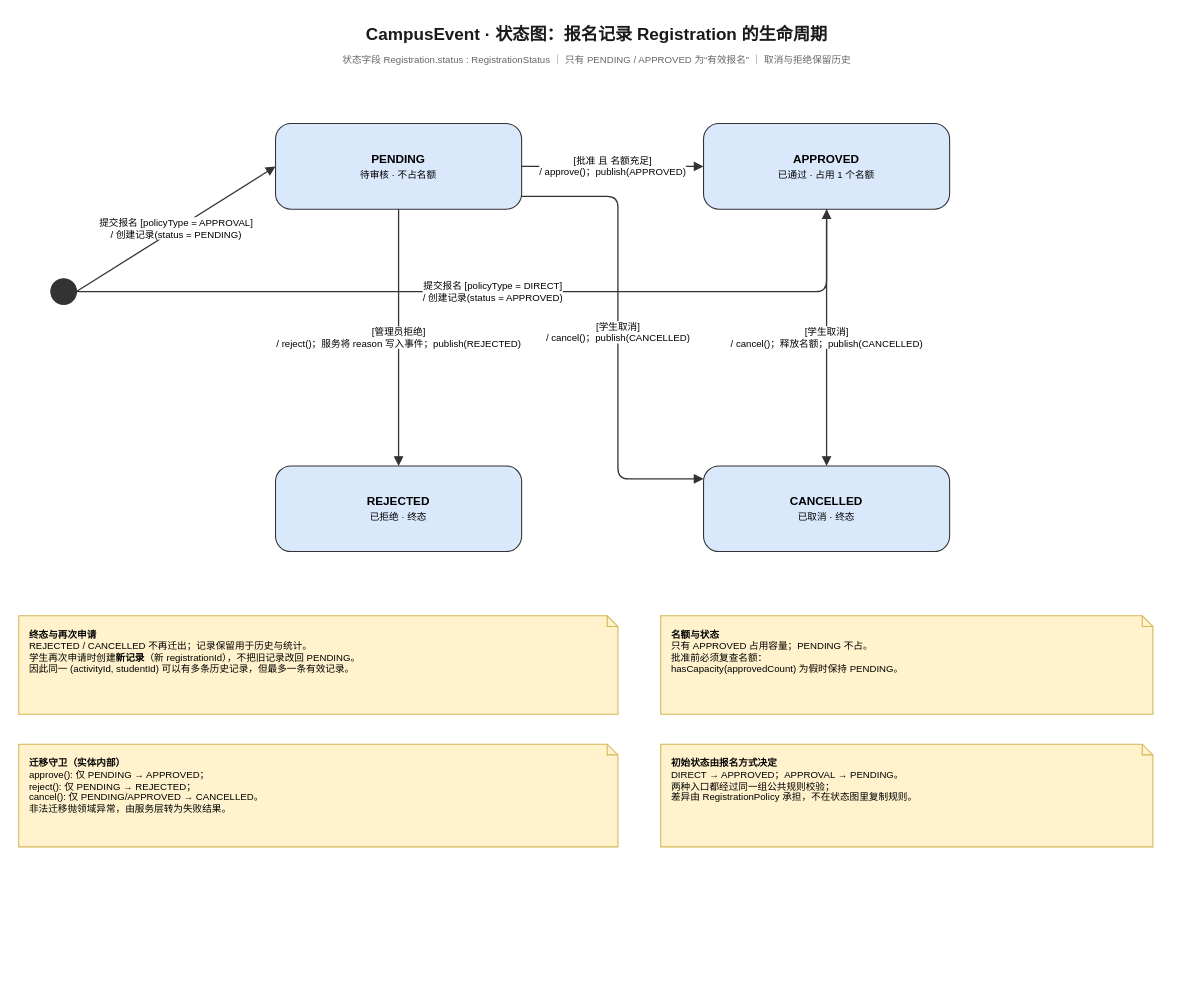
Earlier version of the draw.io diagram uml/09-state.drawio (kudryavka1023/202-CampusEvent). Source tidied: cells renumbered, new cells numbered last; positions are measured from the earlier drawing's top-left corner, leaving out a move shared by most shapes. Both pictures are drawn from the tidied source at 107%, with x=0, y=0 at pixel (18, 18).
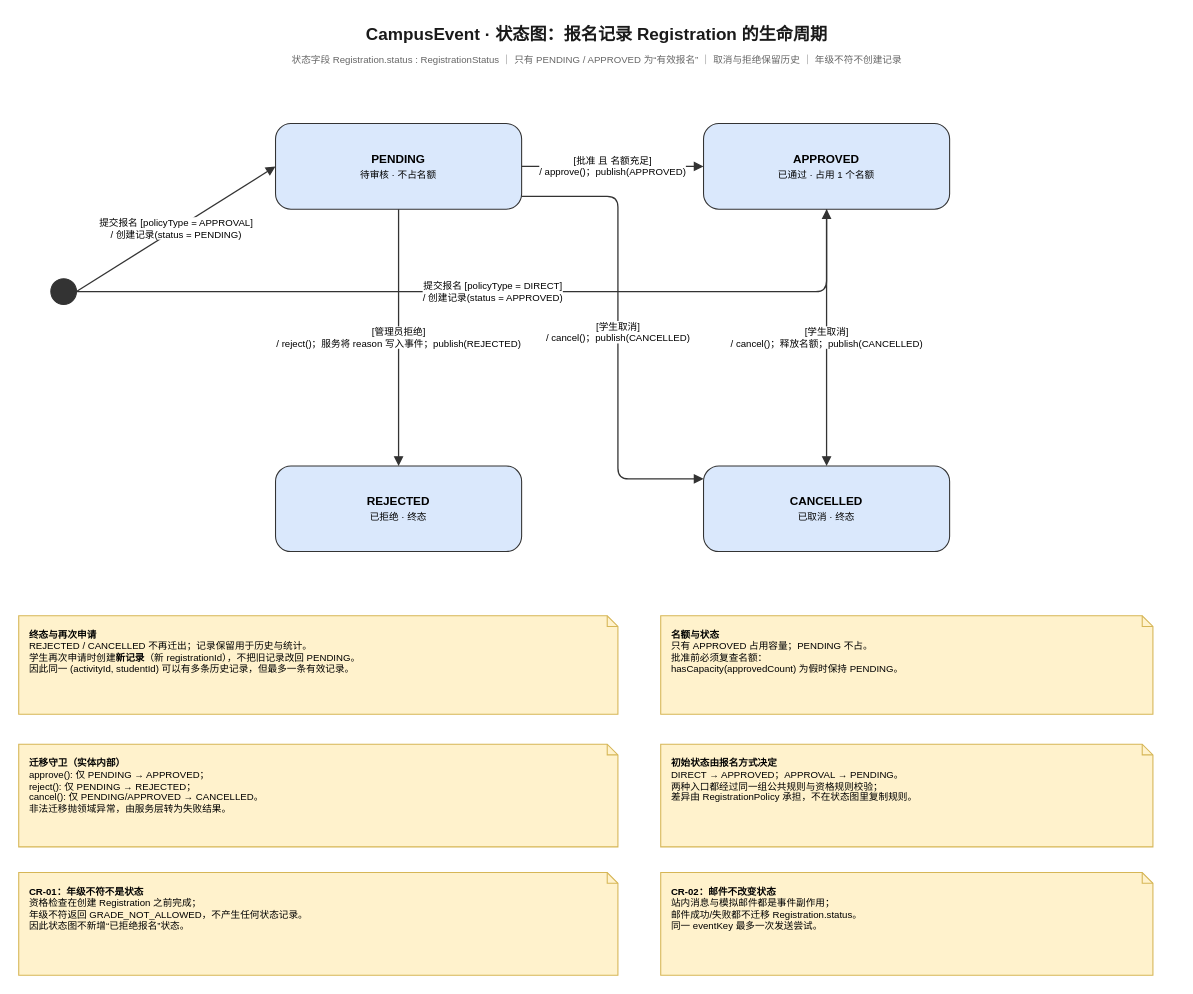
Above is the later version.

Change to the diagram source:
```diff
@@
-    <mxCell id="3" value="状态字段 Registration.status : RegistrationStatus ｜ 只有 PENDING / APPROVED 为“有效报名” ｜ 取消与拒绝保留历史" style="text;html=1;align=center;verticalAlign=middle;fontSize=9;fontColor=#666666;" parent="1" vertex="1">
+    <mxCell id="3" value="状态字段 Registration.status : RegistrationStatus ｜ 只有 PENDING / APPROVED 为“有效报名” ｜ 取消与拒绝保留历史 ｜ 年级不符不创建记录" style="text;html=1;align=center;verticalAlign=middle;fontSize=9;fontColor=#666666;" parent="1" vertex="1">
       <mxGeometry y="30" width="1080" height="18" as="geometry" />
     </mxCell>
@@
-    <mxCell id="18" value="&lt;b&gt;初始状态由报名方式决定&lt;/b&gt;&lt;br&gt;DIRECT → APPROVED；APPROVAL → PENDING。&lt;br&gt;两种入口都经过同一组公共规则校验；&lt;br&gt;差异由 RegistrationPolicy 承担，不在状态图里复制规则。" style="shape=note;whiteSpace=wrap;html=1;backgroundOutline=1;size=10;fillColor=#fff2cc;strokeColor=#d6b656;align=left;verticalAlign=top;spacingLeft=8;spacingTop=6;fontSize=9;fontFamily=Microsoft YaHei;" parent="1" vertex="1">
+    <mxCell id="18" value="&lt;b&gt;初始状态由报名方式决定&lt;/b&gt;&lt;br&gt;DIRECT → APPROVED；APPROVAL → PENDING。&lt;br&gt;两种入口都经过同一组公共规则与资格规则校验；&lt;br&gt;差异由 RegistrationPolicy 承担，不在状态图里复制规则。" style="shape=note;whiteSpace=wrap;html=1;backgroundOutline=1;size=10;fillColor=#fff2cc;strokeColor=#d6b656;align=left;verticalAlign=top;spacingLeft=8;spacingTop=6;fontSize=9;fontFamily=Microsoft YaHei;" parent="1" vertex="1">
       <mxGeometry x="600" y="678" width="460" height="96" as="geometry" />
     </mxCell>
+    <mxCell id="19" value="&lt;b&gt;CR-01：年级不符不是状态&lt;/b&gt;&lt;br&gt;资格检查在创建 Registration 之前完成；&lt;br&gt;年级不符返回 GRADE_NOT_ALLOWED，不产生任何状态记录。&lt;br&gt;因此状态图不新增“已拒绝报名”状态。" style="shape=note;whiteSpace=wrap;html=1;backgroundOutline=1;size=10;fillColor=#fff2cc;strokeColor=#d6b656;align=left;verticalAlign=top;spacingLeft=8;spacingTop=6;fontSize=9;fontFamily=Microsoft YaHei;" parent="1" vertex="1">
+      <mxGeometry y="798" width="560" height="96" as="geometry" />
+    </mxCell>
+    <mxCell id="20" value="&lt;b&gt;CR-02：邮件不改变状态&lt;/b&gt;&lt;br&gt;站内消息与模拟邮件都是事件副作用；&lt;br&gt;邮件成功/失败都不迁移 Registration.status。&lt;br&gt;同一 eventKey 最多一次发送尝试。" style="shape=note;whiteSpace=wrap;html=1;backgroundOutline=1;size=10;fillColor=#fff2cc;strokeColor=#d6b656;align=left;verticalAlign=top;spacingLeft=8;spacingTop=6;fontSize=9;fontFamily=Microsoft YaHei;" parent="1" vertex="1">
+      <mxGeometry x="600" y="798" width="460" height="96" as="geometry" />
+    </mxCell>
```
